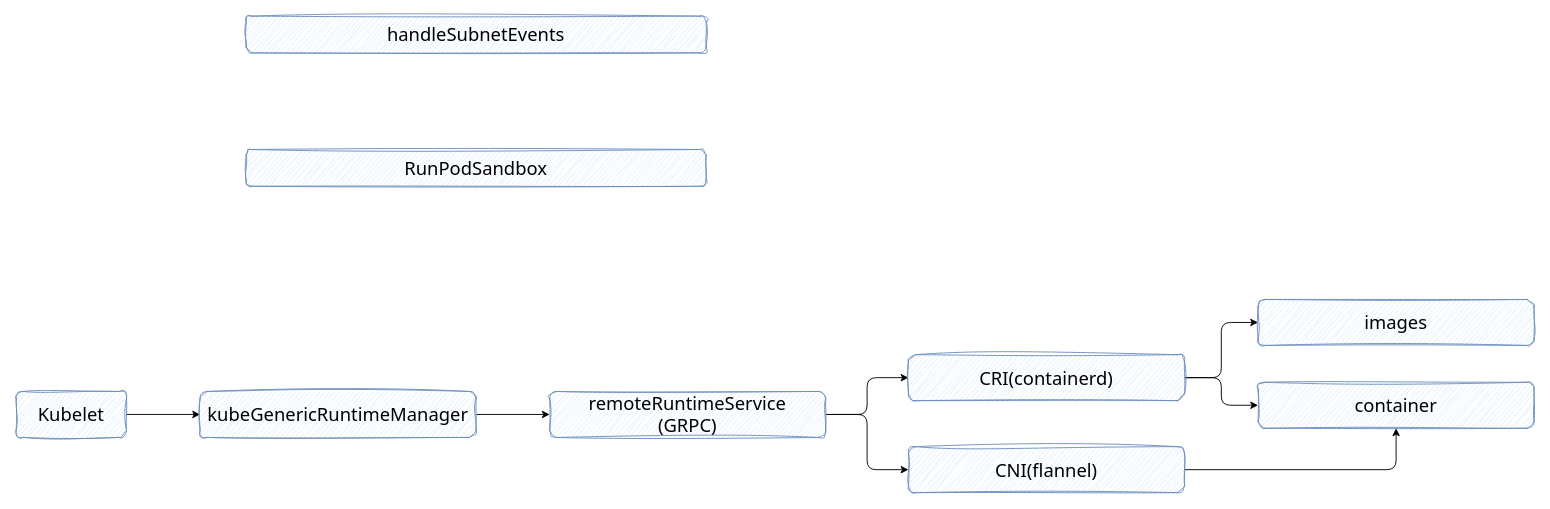
caijiatao/go-lib keeps this draw.io diagram as page "kubelet" (7 of 10) of docs/cni-flannel.drawio. Above is the earlier version. Source tidied: cells renumbered, new cells numbered last; positions are measured from the earlier drawing's top-left corner, leaving out a move shared by most shapes. Both pictures are drawn from the tidied source at 92%, with x=0, y=0 at pixel (16, 16).
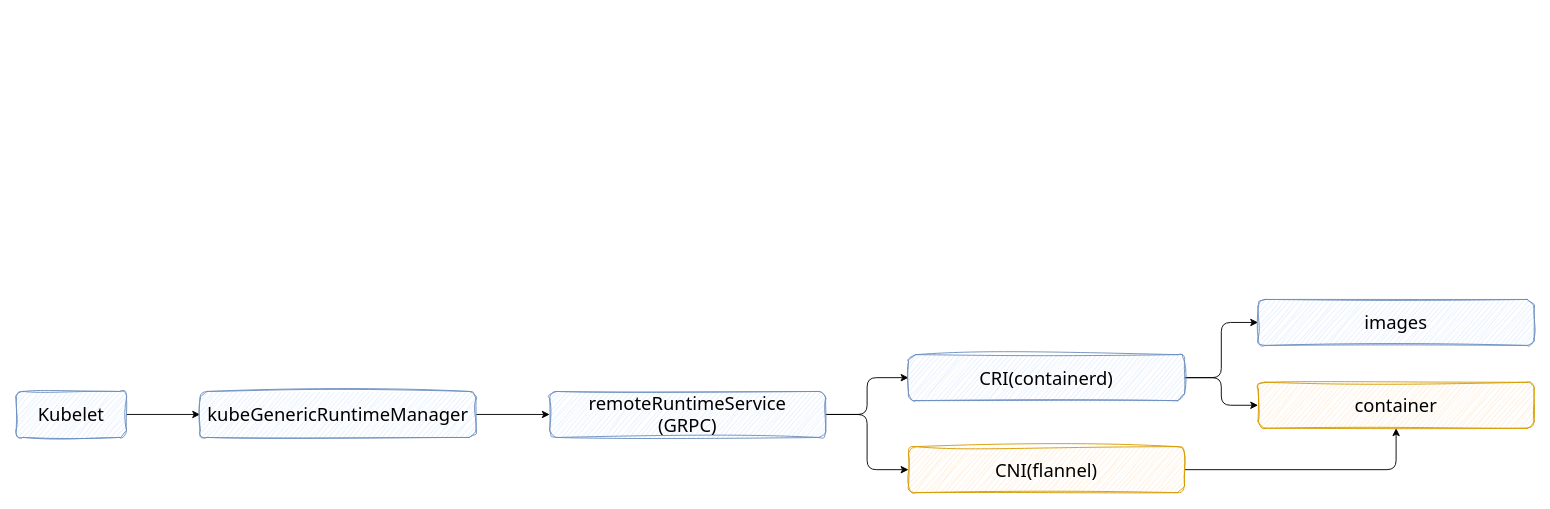
Above is the later version.

Diff of the diagram source:
```diff
@@
 <mxGraphModel>
   <root>
     <mxCell id="0" />
     <mxCell id="1" parent="0" />
-    <mxCell id="2" value="&lt;font&gt;handleSubnetEvents&lt;/font&gt;" style="rounded=1;whiteSpace=wrap;html=1;hachureGap=4;fontFamily=Tahoma;fontSize=20;fillColor=#dae8fc;strokeColor=#6c8ebf;sketch=1;curveFitting=1;jiggle=2;" parent="1" vertex="1">
-      <mxGeometry x="250" width="500" height="40" as="geometry" />
-    </mxCell>
-    <mxCell id="3" value="&lt;font&gt;RunPodSandbox&lt;/font&gt;" style="rounded=1;whiteSpace=wrap;html=1;hachureGap=4;fontFamily=Tahoma;fontSize=20;fillColor=#dae8fc;strokeColor=#6c8ebf;sketch=1;curveFitting=1;jiggle=2;" parent="1" vertex="1">
-      <mxGeometry x="250" y="145" width="500" height="40" as="geometry" />
-    </mxCell>
     <mxCell id="4" style="edgeStyle=orthogonalEdgeStyle;rounded=1;jettySize=auto;html=1;" parent="1" edge="1" source="5" target="7">
       <mxGeometry relative="1" as="geometry" />
     </mxCell>
     <mxCell id="5" value="Kubelet" style="rounded=1;whiteSpace=wrap;html=1;hachureGap=4;fontFamily=Tahoma;fontSize=20;fillColor=#dae8fc;strokeColor=#6c8ebf;sketch=1;curveFitting=1;jiggle=2;" parent="1" vertex="1">
       <mxGeometry y="408" width="120" height="50" as="geometry" />
     </mxCell>
     <mxCell id="6" style="edgeStyle=orthogonalEdgeStyle;rounded=1;jettySize=auto;html=1;" parent="1" edge="1" source="7" target="10">
       <mxGeometry relative="1" as="geometry" />
     </mxCell>
     <mxCell id="7" value="kubeGenericRuntimeManager" style="rounded=1;whiteSpace=wrap;html=1;hachureGap=4;fontFamily=Tahoma;fontSize=20;fillColor=#dae8fc;strokeColor=#6c8ebf;sketch=1;curveFitting=1;jiggle=2;" parent="1" vertex="1">
       <mxGeometry x="200" y="408" width="300" height="50" as="geometry" />
     </mxCell>
     <mxCell id="8" style="edgeStyle=orthogonalEdgeStyle;rounded=1;jettySize=auto;html=1;" parent="1" edge="1" source="10" target="13">
       <mxGeometry relative="1" as="geometry" />
     </mxCell>
     <mxCell id="9" style="edgeStyle=orthogonalEdgeStyle;rounded=1;jettySize=auto;html=1;exitX=1;exitY=0.5;exitDx=0;exitDy=0;entryX=0;entryY=0.5;entryDx=0;entryDy=0;" parent="1" edge="1" source="10" target="15">
       <mxGeometry relative="1" as="geometry" />
     </mxCell>
     <mxCell id="10" value="remoteRuntimeService&lt;br&gt;(GRPC)" style="rounded=1;whiteSpace=wrap;html=1;hachureGap=4;fontFamily=Tahoma;fontSize=20;fillColor=#dae8fc;strokeColor=#6c8ebf;sketch=1;curveFitting=1;jiggle=2;" parent="1" vertex="1">
       <mxGeometry x="580" y="408" width="300" height="50" as="geometry" />
     </mxCell>
     <mxCell id="11" style="edgeStyle=orthogonalEdgeStyle;rounded=1;jettySize=auto;html=1;" parent="1" edge="1" source="13" target="16">
       <mxGeometry relative="1" as="geometry" />
     </mxCell>
     <mxCell id="12" style="edgeStyle=orthogonalEdgeStyle;rounded=1;jettySize=auto;html=1;exitX=1;exitY=0.5;exitDx=0;exitDy=0;entryX=0;entryY=0.5;entryDx=0;entryDy=0;" parent="1" edge="1" source="13" target="17">
       <mxGeometry relative="1" as="geometry" />
     </mxCell>
     <mxCell id="13" value="CRI(containerd)" style="rounded=1;whiteSpace=wrap;html=1;hachureGap=4;fontFamily=Tahoma;fontSize=20;fillColor=#dae8fc;strokeColor=#6c8ebf;sketch=1;curveFitting=1;jiggle=2;" parent="1" vertex="1">
       <mxGeometry x="970" y="368" width="300" height="50" as="geometry" />
     </mxCell>
     <mxCell id="14" style="edgeStyle=orthogonalEdgeStyle;rounded=1;jettySize=auto;html=1;exitX=1;exitY=0.5;exitDx=0;exitDy=0;entryX=0.5;entryY=1;entryDx=0;entryDy=0;" parent="1" edge="1" source="15" target="16">
       <mxGeometry relative="1" as="geometry" />
     </mxCell>
-    <mxCell id="15" value="CNI(flannel)" style="rounded=1;whiteSpace=wrap;html=1;hachureGap=4;fontFamily=Tahoma;fontSize=20;fillColor=#dae8fc;strokeColor=#6c8ebf;sketch=1;curveFitting=1;jiggle=2;" parent="1" vertex="1">
+    <mxCell id="15" value="CNI(flannel)" style="rounded=1;whiteSpace=wrap;html=1;hachureGap=4;fontFamily=Tahoma;fontSize=20;fillColor=#ffe6cc;strokeColor=#d79b00;sketch=1;curveFitting=1;jiggle=2;" parent="1" vertex="1">
       <mxGeometry x="970" y="468" width="300" height="50" as="geometry" />
     </mxCell>
-    <mxCell id="16" value="container" style="rounded=1;whiteSpace=wrap;html=1;hachureGap=4;fontFamily=Tahoma;fontSize=20;fillColor=#dae8fc;strokeColor=#6c8ebf;sketch=1;curveFitting=1;jiggle=2;" parent="1" vertex="1">
+    <mxCell id="16" value="container" style="rounded=1;whiteSpace=wrap;html=1;hachureGap=4;fontFamily=Tahoma;fontSize=20;fillColor=#ffe6cc;strokeColor=#d79b00;sketch=1;curveFitting=1;jiggle=2;" parent="1" vertex="1">
       <mxGeometry x="1350" y="398" width="300" height="50" as="geometry" />
     </mxCell>
     <mxCell id="17" value="images" style="rounded=1;whiteSpace=wrap;html=1;hachureGap=4;fontFamily=Tahoma;fontSize=20;fillColor=#dae8fc;strokeColor=#6c8ebf;sketch=1;curveFitting=1;jiggle=2;" parent="1" vertex="1">
       <mxGeometry x="1350" y="308" width="300" height="50" as="geometry" />
     </mxCell>
   </root>
 </mxGraphModel>
```
